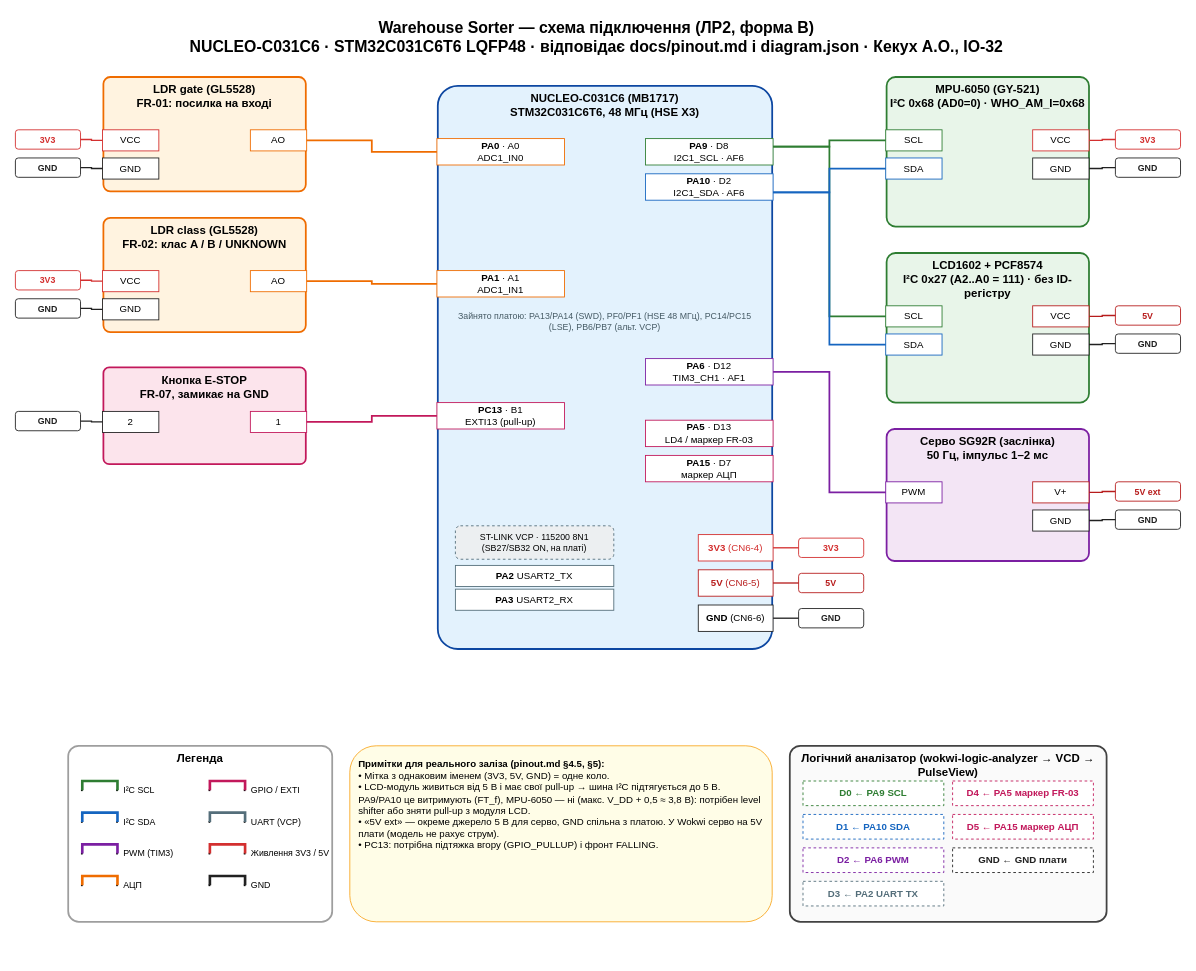
Above: docs/lab_2/img/wiring.drawio in SPapor/lab1-stm32-sorter (draw.io), before the change. Source tidied: cells renumbered, new cells numbered last; positions are measured from the earlier drawing's top-left corner, leaving out a move shared by most shapes. Both pictures are drawn from the tidied source at 88%, with x=0, y=0 at pixel (15, 15).
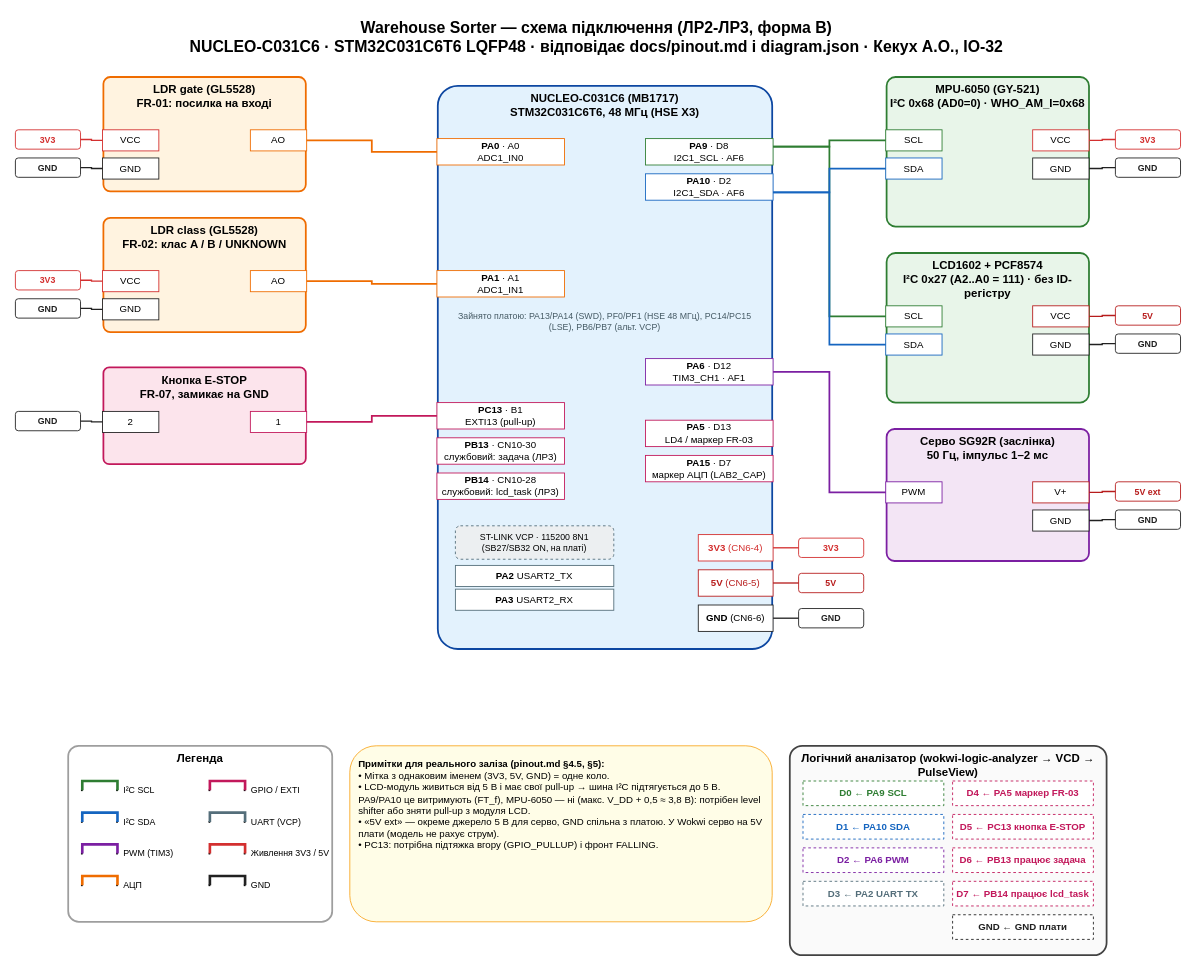
After the change.

Commit message (it also covers changes not shown here):
fix: -2,4 КБ флешу без зміни виводу (lcdfmt замість snprintf, _mallinfo_r, .bss для STAT); wiring.drawio - PB13, PB14, D5 на PC13

The edit, as a diff of the source:
```diff
@@
-    <mxCell id="2" value="Warehouse Sorter — схема підключення (ЛР2, форма B)&lt;br&gt;&lt;font style=&amp;quot;font-size:12px;font-weight:normal&amp;quot;&gt;NUCLEO-C031C6 · STM32C031C6T6 LQFP48 · відповідає docs/pinout.md і diagram.json · Кекух А.О., ІО-32&lt;/font&gt;" style="text;html=1;align=center;verticalAlign=middle;fontSize=18;fontStyle=1;" parent="1" vertex="1">
+    <mxCell id="2" value="Warehouse Sorter — схема підключення (ЛР2-ЛР3, форма B)&lt;br&gt;&lt;font style=&amp;quot;font-size:12px;font-weight:normal&amp;quot;&gt;NUCLEO-C031C6 · STM32C031C6T6 LQFP48 · відповідає docs/pinout.md і diagram.json · Кекух А.О., ІО-32&lt;/font&gt;" style="text;html=1;align=center;verticalAlign=middle;fontSize=18;fontStyle=1;" parent="1" vertex="1">
       <mxGeometry x="280" width="760" height="50" as="geometry" />
     </mxCell>
@@
-    <mxCell id="8" value="&lt;b&gt;PA15&lt;/b&gt; · D7&lt;br&gt;маркер АЦП" style="rounded=0;whiteSpace=wrap;html=1;fontSize=11;align=center;strokeWidth=1;fillColor=#ffffff;strokeColor=#C2185B;" parent="1" vertex="1">
+    <mxCell id="8" value="&lt;b&gt;PA15&lt;/b&gt; · D7&lt;br&gt;маркер АЦП (LAB2_CAP)" style="rounded=0;whiteSpace=wrap;html=1;fontSize=11;align=center;strokeWidth=1;fillColor=#ffffff;strokeColor=#C2185B;" parent="1" vertex="1">
       <mxGeometry x="716" y="500" width="145" height="30" as="geometry" />
     </mxCell>
@@
     <mxCell id="80" value="Логічний аналізатор (wokwi-logic-analyzer → VCD → PulseView)" style="rounded=1;whiteSpace=wrap;html=1;arcSize=6;verticalAlign=top;fontStyle=1;fontSize=13;strokeWidth=2;fillColor=#FAFAFA;strokeColor=#424242;" parent="1" vertex="1">
-      <mxGeometry x="880" y="830" width="360" height="200" as="geometry" />
+      <mxGeometry x="880" y="830" width="360" height="238" as="geometry" />
     </mxCell>
@@
-    <mxCell id="86" value="D5 ← PA15 маркер АЦП" style="rounded=0;whiteSpace=wrap;html=1;fontSize=11;align=center;strokeWidth=1;strokeColor=#C2185B;fontColor=#C2185B;fontStyle=1;dashed=1;" parent="1" vertex="1">
+    <mxCell id="86" value="D5 ← PC13 кнопка E-STOP" style="rounded=0;whiteSpace=wrap;html=1;fontSize=11;align=center;strokeWidth=1;strokeColor=#C2185B;fontColor=#C2185B;fontStyle=1;dashed=1;" parent="1" vertex="1">
       <mxGeometry x="1065" y="908" width="160" height="28" as="geometry" />
     </mxCell>
     <mxCell id="87" value="GND ← GND плати" style="rounded=0;whiteSpace=wrap;html=1;fontSize=11;align=center;strokeWidth=1;strokeColor=#212121;fontColor=#212121;fontStyle=1;dashed=1;" parent="1" vertex="1">
-      <mxGeometry x="1065" y="946" width="160" height="28" as="geometry" />
+      <mxGeometry x="1065" y="1022" width="160" height="28" as="geometry" />
     </mxCell>
+    <mxCell id="122" value="D6 ← PB13 працює задача" style="rounded=0;whiteSpace=wrap;html=1;fontSize=11;align=center;strokeWidth=1;strokeColor=#C2185B;fontColor=#C2185B;fontStyle=1;dashed=1;" parent="1" vertex="1">
+      <mxGeometry x="1065" y="946" width="160" height="28" as="geometry" />
+    </mxCell>
+    <mxCell id="123" value="D7 ← PB14 працює lcd_task" style="rounded=0;whiteSpace=wrap;html=1;fontSize=11;align=center;strokeWidth=1;strokeColor=#C2185B;fontColor=#C2185B;fontStyle=1;dashed=1;" parent="1" vertex="1">
+      <mxGeometry x="1065" y="984" width="160" height="28" as="geometry" />
+    </mxCell>
+    <mxCell id="124" value="&lt;b&gt;PB13&lt;/b&gt; · CN10-30&lt;br&gt;службовий: задача (ЛР3)" style="rounded=0;whiteSpace=wrap;html=1;fontSize=11;align=center;strokeWidth=1;fillColor=#ffffff;strokeColor=#C2185B;" parent="1" vertex="1">
+      <mxGeometry x="479" y="480" width="145" height="30" as="geometry" />
+    </mxCell>
+    <mxCell id="125" value="&lt;b&gt;PB14&lt;/b&gt; · CN10-28&lt;br&gt;службовий: lcd_task (ЛР3)" style="rounded=0;whiteSpace=wrap;html=1;fontSize=11;align=center;strokeWidth=1;fillColor=#ffffff;strokeColor=#C2185B;" parent="1" vertex="1">
+      <mxGeometry x="479" y="520" width="145" height="30" as="geometry" />
+    </mxCell>
```
